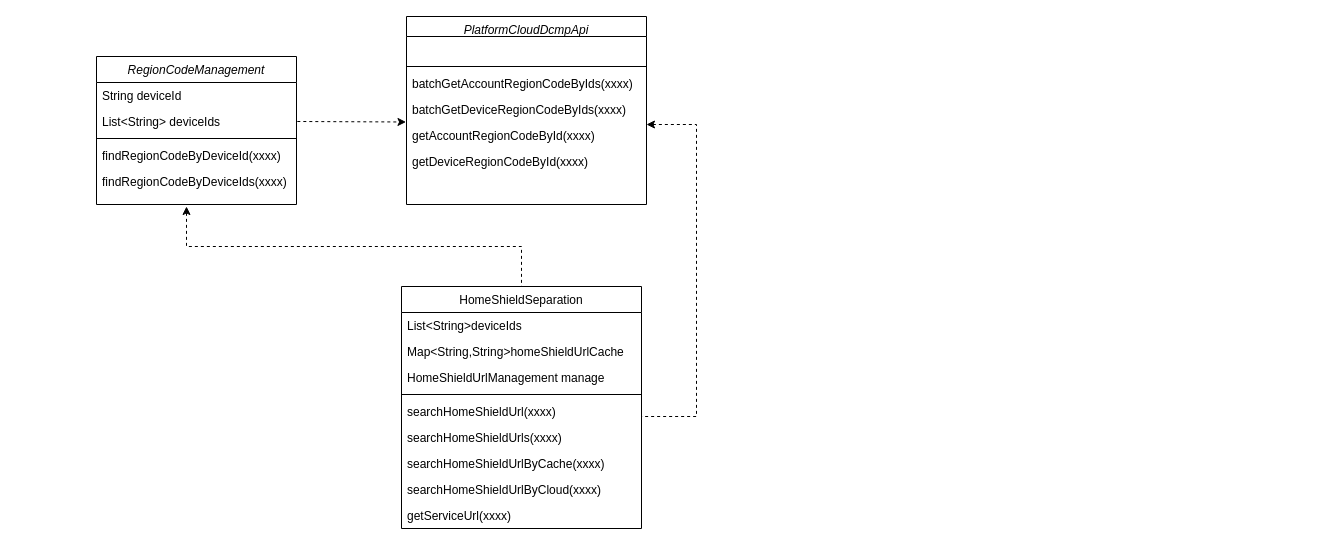
The draw.io diagram Tauc概要设计.drawio in Dntls/Book, before the edit. Source tidied: cells renumbered, new cells numbered last; positions are measured from the earlier drawing's top-left corner, leaving out a move shared by most shapes. Both pictures are drawn from the tidied source at 100%, with x=0, y=0 at pixel (96, 16).
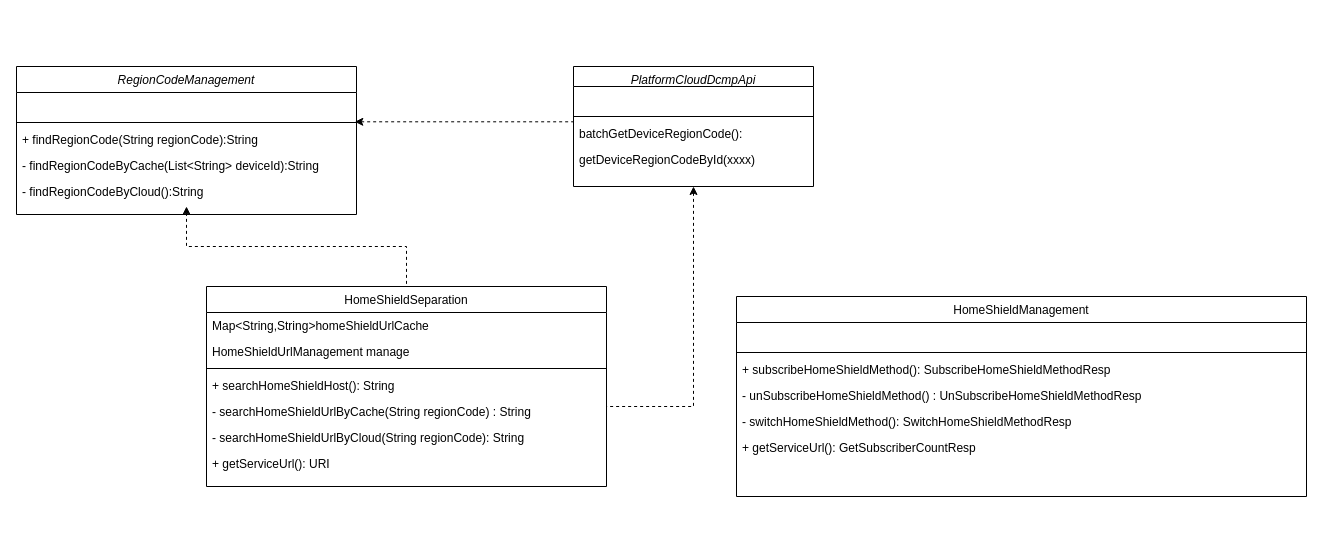
The same diagram, later.

Commit message:
更新Tauc概要设计.drawio

The change refers to these unchanged cells:
```xml
<mxCell id="21" style="line;html=1;strokeWidth=1;align=left;verticalAlign=middle;spacingTop=-1;spacingLeft=3;spacingRight=3;labelPosition=right;points=[];portConstraint=eastwest;" parent="19" vertex="1">
  <mxGeometry y="46" width="240" height="8" as="geometry" />
</mxCell>
```

What changed in the source:
```diff
@@
     <mxCell id="2" value="RegionCodeManagement" style="swimlane;fontStyle=2;align=center;verticalAlign=top;horizontal=1;startSize=26;rounded=0;shadow=0;strokeWidth=1;" parent="1" vertex="1">
-      <mxGeometry y="40" width="200" height="148" as="geometry" />
+      <mxGeometry x="-80" y="50" width="340" height="148" as="geometry" />
     </mxCell>
-    <mxCell id="3" value="String deviceId" style="text;align=left;verticalAlign=top;spacingLeft=4;spacingRight=4;overflow=hidden;points=[[0,0.5],[1,0.5]];portConstraint=eastwest;" parent="2" vertex="1">
-      <mxGeometry y="26" width="200" height="26" as="geometry" />
+    <mxCell id="3" value=" " style="text;align=left;verticalAlign=top;spacingLeft=4;spacingRight=4;overflow=hidden;points=[[0,0.5],[1,0.5]];portConstraint=eastwest;" parent="2" vertex="1">
+      <mxGeometry y="26" width="340" height="26" as="geometry" />
     </mxCell>
-    <mxCell id="4" value="List&lt;String&gt; deviceIds" style="text;align=left;verticalAlign=top;spacingLeft=4;spacingRight=4;overflow=hidden;rounded=0;shadow=0;html=0;" parent="2" vertex="1">
-      <mxGeometry y="52" width="200" height="26" as="geometry" />
-    </mxCell>
     <mxCell id="5" style="line;html=1;strokeWidth=1;align=left;verticalAlign=middle;spacingTop=-1;spacingLeft=3;spacingRight=3;labelPosition=right;" parent="2" vertex="1">
-      <mxGeometry y="78" width="200" height="8" as="geometry" />
+      <mxGeometry y="52" width="340" height="8" as="geometry" />
     </mxCell>
-    <mxCell id="6" value="findRegionCodeByDeviceId(xxxx)" style="text;align=left;verticalAlign=top;spacingLeft=4;spacingRight=4;overflow=hidden;" parent="2" vertex="1">
-      <mxGeometry y="86" width="200" height="26" as="geometry" />
+    <mxCell id="6" value="+ findRegionCode(String regionCode):String" style="text;align=left;verticalAlign=top;spacingLeft=4;spacingRight=4;overflow=hidden;" parent="2" vertex="1">
+      <mxGeometry y="60" width="340" height="26" as="geometry" />
     </mxCell>
-    <mxCell id="7" value="findRegionCodeByDeviceIds(xxxx)" style="text;align=left;verticalAlign=top;spacingLeft=4;spacingRight=4;overflow=hidden;" parent="2" vertex="1">
-      <mxGeometry y="112" width="200" height="26" as="geometry" />
-    </mxCell>
+    <mxCell id="28" value="- findRegionCodeByCache(List&lt;String&gt; deviceId):String" style="text;align=left;verticalAlign=top;spacingLeft=4;spacingRight=4;overflow=hidden;" parent="2" vertex="1">
+      <mxGeometry y="86" width="340" height="26" as="geometry" />
+    </mxCell>
+    <mxCell id="29" value="- findRegionCodeByCloud():String" style="text;align=left;verticalAlign=top;spacingLeft=4;spacingRight=4;overflow=hidden;" parent="2" vertex="1">
+      <mxGeometry y="112" width="340" height="26" as="geometry" />
+    </mxCell>
     <mxCell id="8" value="HomeShieldSeparation" style="swimlane;fontStyle=0;align=center;verticalAlign=top;horizontal=1;startSize=26;rounded=0;shadow=0;strokeWidth=1;" parent="1" vertex="1">
-      <mxGeometry x="305" y="270" width="240" height="242" as="geometry" />
+      <mxGeometry x="110" y="270" width="400" height="200" as="geometry" />
     </mxCell>
-    <mxCell id="9" value="List&lt;String&gt;deviceIds" style="text;align=left;verticalAlign=top;spacingLeft=4;spacingRight=4;overflow=hidden;" parent="8" vertex="1">
-      <mxGeometry y="26" width="240" height="26" as="geometry" />
-    </mxCell>
     <mxCell id="10" value="Map&lt;String,String&gt;homeShieldUrlCache" style="text;align=left;verticalAlign=top;spacingLeft=4;spacingRight=4;overflow=hidden;rounded=0;shadow=0;html=0;" parent="8" vertex="1">
-      <mxGeometry y="52" width="240" height="26" as="geometry" />
+      <mxGeometry y="26" width="400" height="26" as="geometry" />
     </mxCell>
     <mxCell id="11" value="HomeShieldUrlManagement manage" style="text;align=left;verticalAlign=top;spacingLeft=4;spacingRight=4;overflow=hidden;rounded=0;shadow=0;html=0;" parent="8" vertex="1">
-      <mxGeometry y="78" width="240" height="26" as="geometry" />
+      <mxGeometry y="52" width="400" height="26" as="geometry" />
     </mxCell>
     <mxCell id="12" style="line;html=1;strokeWidth=1;align=left;verticalAlign=middle;spacingTop=-1;spacingLeft=3;spacingRight=3;labelPosition=right;" parent="8" vertex="1">
-      <mxGeometry y="104" width="240" height="8" as="geometry" />
+      <mxGeometry y="78" width="400" height="8" as="geometry" />
     </mxCell>
-    <mxCell id="13" value="searchHomeShieldUrl(xxxx)" style="text;align=left;verticalAlign=top;spacingLeft=4;spacingRight=4;overflow=hidden;" parent="8" vertex="1">
-      <mxGeometry y="112" width="240" height="26" as="geometry" />
+    <mxCell id="13" value="+ searchHomeShieldHost(): String" style="text;align=left;verticalAlign=top;spacingLeft=4;spacingRight=4;overflow=hidden;" parent="8" vertex="1">
+      <mxGeometry y="86" width="400" height="26" as="geometry" />
     </mxCell>
-    <mxCell id="14" value="searchHomeShieldUrls(xxxx)" style="text;align=left;verticalAlign=top;spacingLeft=4;spacingRight=4;overflow=hidden;" parent="8" vertex="1">
-      <mxGeometry y="138" width="240" height="26" as="geometry" />
-    </mxCell>
-    <mxCell id="15" value="searchHomeShieldUrlByCache(xxxx)" style="text;align=left;verticalAlign=top;spacingLeft=4;spacingRight=4;overflow=hidden;points=[[0,0.5],[1,0.5]];portConstraint=eastwest;" parent="8" vertex="1">
-      <mxGeometry y="164" width="240" height="26" as="geometry" />
+    <mxCell id="15" value="- searchHomeShieldUrlByCache(String regionCode) : String" style="text;align=left;verticalAlign=top;spacingLeft=4;spacingRight=4;overflow=hidden;points=[[0,0.5],[1,0.5]];portConstraint=eastwest;" parent="8" vertex="1">
+      <mxGeometry y="112" width="400" height="26" as="geometry" />
     </mxCell>
-    <mxCell id="16" value="searchHomeShieldUrlByCloud(xxxx)" style="text;align=left;verticalAlign=top;spacingLeft=4;spacingRight=4;overflow=hidden;" parent="8" vertex="1">
-      <mxGeometry y="190" width="240" height="26" as="geometry" />
+    <mxCell id="16" value="- searchHomeShieldUrlByCloud(String regionCode): String" style="text;align=left;verticalAlign=top;spacingLeft=4;spacingRight=4;overflow=hidden;" parent="8" vertex="1">
+      <mxGeometry y="138" width="400" height="26" as="geometry" />
     </mxCell>
-    <mxCell id="17" value="getServiceUrl(xxxx)" style="text;align=left;verticalAlign=top;spacingLeft=4;spacingRight=4;overflow=hidden;" parent="8" vertex="1">
-      <mxGeometry y="216" width="240" height="26" as="geometry" />
+    <mxCell id="17" value="+ getServiceUrl(): URI" style="text;align=left;verticalAlign=top;spacingLeft=4;spacingRight=4;overflow=hidden;" parent="8" vertex="1">
+      <mxGeometry y="164" width="400" height="26" as="geometry" />
     </mxCell>
@@
     <mxCell id="19" value="PlatformCloudDcmpApi" style="swimlane;fontStyle=2;align=center;verticalAlign=top;horizontal=1;startSize=20;rounded=0;shadow=0;strokeWidth=1;" parent="1" vertex="1">
-      <mxGeometry x="310" width="240" height="188" as="geometry" />
+      <mxGeometry x="477" y="50" width="240" height="120" as="geometry" />
     </mxCell>
@@
-    <mxCell id="22" value="batchGetAccountRegionCodeByIds(xxxx)" style="text;align=left;verticalAlign=top;spacingLeft=4;spacingRight=4;overflow=hidden;" parent="19" vertex="1">
-      <mxGeometry y="54" width="240" height="26" as="geometry" />
-    </mxCell>
-    <mxCell id="23" value="batchGetDeviceRegionCodeByIds(xxxx)" style="text;align=left;verticalAlign=top;spacingLeft=4;spacingRight=4;overflow=hidden;" parent="19" vertex="1">
-      <mxGeometry y="80" width="240" height="26" as="geometry" />
-    </mxCell>
-    <mxCell id="24" value="getAccountRegionCodeById(xxxx)" style="text;align=left;verticalAlign=top;spacingLeft=4;spacingRight=4;overflow=hidden;" parent="19" vertex="1">
-      <mxGeometry y="106" width="240" height="26" as="geometry" />
+    <mxCell id="24" value="batchGetDeviceRegionCode(): " style="text;align=left;verticalAlign=top;spacingLeft=4;spacingRight=4;overflow=hidden;" parent="19" vertex="1">
+      <mxGeometry y="54" width="240" height="26" as="geometry" />
     </mxCell>
     <mxCell id="25" value="getDeviceRegionCodeById(xxxx)" style="text;align=left;verticalAlign=top;spacingLeft=4;spacingRight=4;overflow=hidden;" parent="19" vertex="1">
-      <mxGeometry y="132" width="240" height="26" as="geometry" />
+      <mxGeometry y="80" width="240" height="26" as="geometry" />
     </mxCell>
-    <mxCell id="26" style="endArrow=none;shadow=0;strokeWidth=1;rounded=0;endFill=0;edgeStyle=orthogonalEdgeStyle;elbow=vertical;startArrow=classic;startFill=1;dashed=1;" parent="1" edge="1">
+    <mxCell id="26" style="endArrow=none;shadow=0;strokeWidth=1;rounded=0;endFill=0;edgeStyle=orthogonalEdgeStyle;elbow=vertical;startArrow=classic;startFill=1;dashed=1;entryX=1;entryY=0.5;entryDx=0;entryDy=0;exitX=0.5;exitY=1;exitDx=0;exitDy=0;" parent="1" edge="1" source="19" target="15">
       <mxGeometry relative="1" as="geometry">
-        <mxPoint x="550" y="108" as="sourcePoint" />
-        <mxPoint x="545" y="400" as="targetPoint" />
         <Array as="points">
-          <mxPoint x="600" y="108" />
-          <mxPoint x="600" y="400" />
-          <mxPoint x="545" y="400" />
+          <mxPoint x="597" y="390" />
+          <mxPoint x="510" y="390" />
         </Array>
       </mxGeometry>
     </mxCell>
-    <mxCell id="27" style="endArrow=classic;html=1;rounded=0;exitX=1.004;exitY=0.152;exitDx=0;exitDy=0;dashed=1;exitPerimeter=0;entryX=-0.002;entryY=0.635;entryDx=0;entryDy=0;entryPerimeter=0;" parent="1" edge="1">
-      <mxGeometry relative="1" as="geometry">
-        <mxPoint x="200.8" y="105" as="sourcePoint" />
-        <mxPoint x="309.5" y="105.5" as="targetPoint" />
-      </mxGeometry>
-    </mxCell>
+    <mxCell id="30" style="endArrow=none;shadow=0;strokeWidth=1;rounded=0;endFill=0;edgeStyle=orthogonalEdgeStyle;elbow=vertical;startArrow=classic;startFill=1;dashed=1;entryX=0;entryY=0.5;entryDx=0;entryDy=0;entryPerimeter=0;exitX=0.995;exitY=1.127;exitDx=0;exitDy=0;exitPerimeter=0;" parent="1" edge="1" source="3" target="21">
+      <mxGeometry relative="1" as="geometry">
+        <Array as="points">
+          <mxPoint x="477" y="105" />
+        </Array>
+      </mxGeometry>
+    </mxCell>
+    <mxCell id="31" value="HomeShieldManagement" style="swimlane;fontStyle=0;align=center;verticalAlign=top;horizontal=1;startSize=26;rounded=0;shadow=0;strokeWidth=1;" parent="1" vertex="1">
+      <mxGeometry x="640" y="280" width="570" height="200" as="geometry" />
+    </mxCell>
+    <mxCell id="32" value=" " style="text;align=left;verticalAlign=top;spacingLeft=4;spacingRight=4;overflow=hidden;rounded=0;shadow=0;html=0;" parent="31" vertex="1">
+      <mxGeometry y="26" width="570" height="26" as="geometry" />
+    </mxCell>
+    <mxCell id="33" style="line;html=1;strokeWidth=1;align=left;verticalAlign=middle;spacingTop=-1;spacingLeft=3;spacingRight=3;labelPosition=right;" parent="31" vertex="1">
+      <mxGeometry y="52" width="570" height="8" as="geometry" />
+    </mxCell>
+    <mxCell id="34" value="+ subscribeHomeShieldMethod(): SubscribeHomeShieldMethodResp" style="text;align=left;verticalAlign=top;spacingLeft=4;spacingRight=4;overflow=hidden;" parent="31" vertex="1">
+      <mxGeometry y="60" width="570" height="26" as="geometry" />
+    </mxCell>
+    <mxCell id="35" value="- unSubscribeHomeShieldMethod() : UnSubscribeHomeShieldMethodResp" style="text;align=left;verticalAlign=top;spacingLeft=4;spacingRight=4;overflow=hidden;" parent="31" vertex="1">
+      <mxGeometry y="86" width="570" height="26" as="geometry" />
+    </mxCell>
+    <mxCell id="36" value="- switchHomeShieldMethod(): SwitchHomeShieldMethodResp" style="text;align=left;verticalAlign=top;spacingLeft=4;spacingRight=4;overflow=hidden;" parent="31" vertex="1">
+      <mxGeometry y="112" width="570" height="26" as="geometry" />
+    </mxCell>
+    <mxCell id="37" value="+ getServiceUrl(): GetSubscriberCountResp" style="text;align=left;verticalAlign=top;spacingLeft=4;spacingRight=4;overflow=hidden;" parent="31" vertex="1">
+      <mxGeometry y="138" width="570" height="26" as="geometry" />
+    </mxCell>
```
